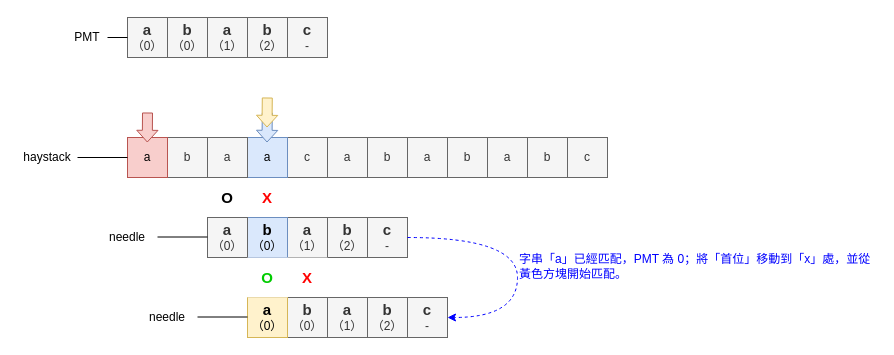
Before: page "第 9 页" (8 of 11) of docs/0028_find_the_index_of_the_first_occurrence_in_a_string_kmp.drawio in rickbsr/example-leetcode, a draw.io diagram. Source tidied: cells renumbered, new cells numbered last; positions are measured from the earlier drawing's top-left corner, leaving out a move shared by most shapes. Both pictures are drawn from the tidied source at 100%, with x=0, y=0 at pixel (17, 17).
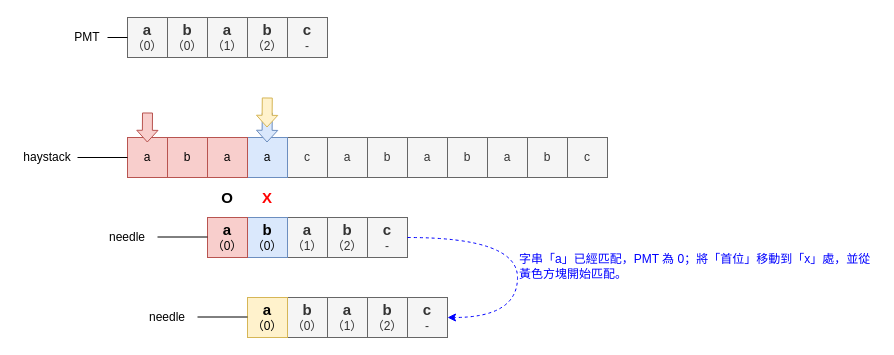
The same page after the edit.

What changed in the source:
```diff
@@
-    <mxCell id="8" value="&lt;b&gt;&lt;font style=&quot;font-size: 15px;&quot;&gt;a&lt;/font&gt;&lt;/b&gt;&lt;br&gt;（0）" style="rounded=0;whiteSpace=wrap;html=1;fillColor=#f5f5f5;fontColor=#333333;strokeColor=#666666;" parent="1" vertex="1">
+    <mxCell id="8" value="&lt;b&gt;&lt;font style=&quot;font-size: 15px;&quot;&gt;a&lt;/font&gt;&lt;/b&gt;&lt;br&gt;（0）" style="rounded=0;whiteSpace=wrap;html=1;fillColor=#f8cecc;strokeColor=#b85450;" parent="1" vertex="1">
       <mxGeometry x="190" y="200" width="40" height="40" as="geometry" />
     </mxCell>
@@
-    <mxCell id="18" value="a" style="rounded=0;whiteSpace=wrap;html=1;fillColor=#f5f5f5;strokeColor=#666666;fontColor=#333333;" parent="1" vertex="1">
+    <mxCell id="18" value="a" style="rounded=0;whiteSpace=wrap;html=1;fillColor=#f8cecc;strokeColor=#b85450;" parent="1" vertex="1">
       <mxGeometry x="190" y="120" width="40" height="40" as="geometry" />
     </mxCell>
-    <mxCell id="19" value="b" style="rounded=0;whiteSpace=wrap;html=1;fillColor=#f5f5f5;fontColor=#333333;strokeColor=#666666;" parent="1" vertex="1">
+    <mxCell id="19" value="b" style="rounded=0;whiteSpace=wrap;html=1;fillColor=#f8cecc;strokeColor=#b85450;" parent="1" vertex="1">
       <mxGeometry x="150" y="120" width="40" height="40" as="geometry" />
     </mxCell>
@@
-    <mxCell id="34" value="&lt;font color=&quot;#ff0000&quot; style=&quot;font-size: 15px;&quot;&gt;&lt;b style=&quot;&quot;&gt;X&lt;/b&gt;&lt;/font&gt;" style="rounded=0;whiteSpace=wrap;html=1;fontSize=15;strokeColor=none;" parent="1" vertex="1">
-      <mxGeometry x="270" y="240" width="40" height="40" as="geometry" />
-    </mxCell>
@@
-    <mxCell id="42" value="&lt;font style=&quot;font-size: 15px;&quot; color=&quot;#00cc00&quot;&gt;&lt;b&gt;O&lt;/b&gt;&lt;/font&gt;" style="rounded=0;whiteSpace=wrap;html=1;fontSize=15;strokeColor=none;" parent="1" vertex="1">
-      <mxGeometry x="230" y="240" width="40" height="40" as="geometry" />
-    </mxCell>
```
